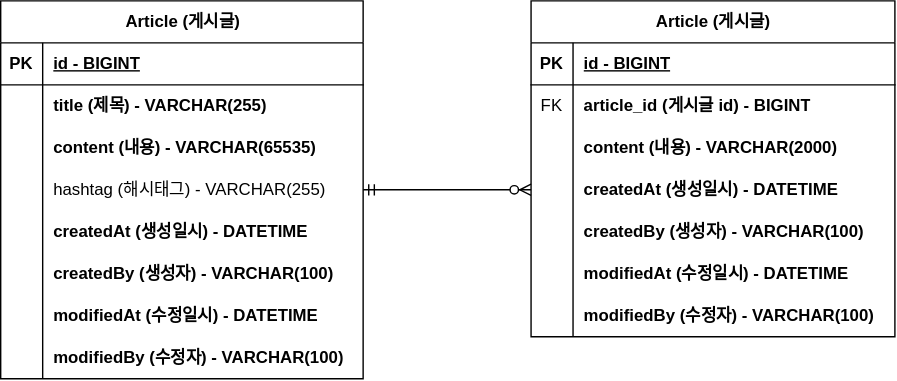
Before: document/project-board-erd.svg, a diagram exported from draw.io (Hwangseoeun/fastcampus-project-board). Source tidied: cells renumbered, new cells last; positions are measured from the earlier drawing's top-left corner, leaving out a move shared by most shapes.
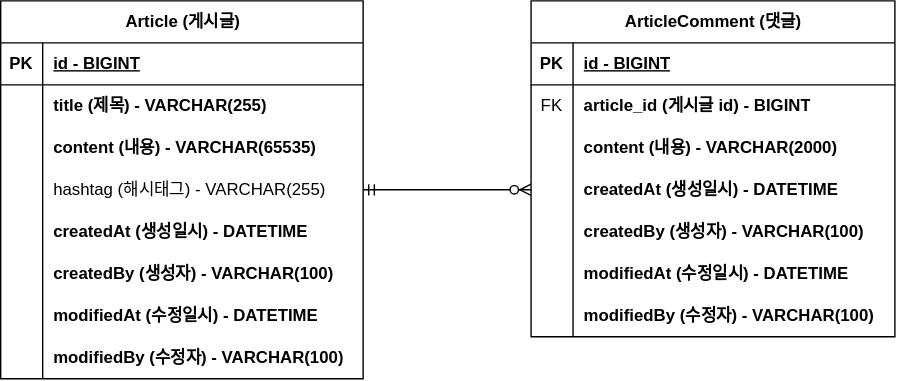
The same file after the commit.

Change to the diagram source:
```diff
@@ -77,7 +77,7 @@
     <mxCell id="26" value="modifiedBy (수정자) - VARCHAR(100)" style="shape=partialRectangle;fillColor=none;top=0;left=0;bottom=0;right=0;align=left;spacingLeft=6;overflow=hidden;whiteSpace=wrap;html=1;fontStyle=1;" parent="24" vertex="1">
       <mxGeometry x="30" width="229" height="30" as="geometry" />
     </mxCell>
-    <mxCell id="27" value="Article (게시글)" style="shape=table;startSize=30;rowLines=0;fontStyle=1;align=center;html=1;" parent="1" vertex="1">
+    <mxCell id="27" value="ArticleComment (댓글)" style="shape=table;startSize=30;rowLines=0;fontStyle=1;align=center;html=1;" parent="1" vertex="1">
       <mxGeometry x="379" width="260" height="240" as="geometry" />
     </mxCell>
     <mxCell id="28" style="shape=tableRow;horizontal=0;startSize=0;swimlaneHead=0;swimlaneBody=0;fillColor=none;top=0;left=0;right=0;bottom=1;" parent="27" vertex="1">
```
